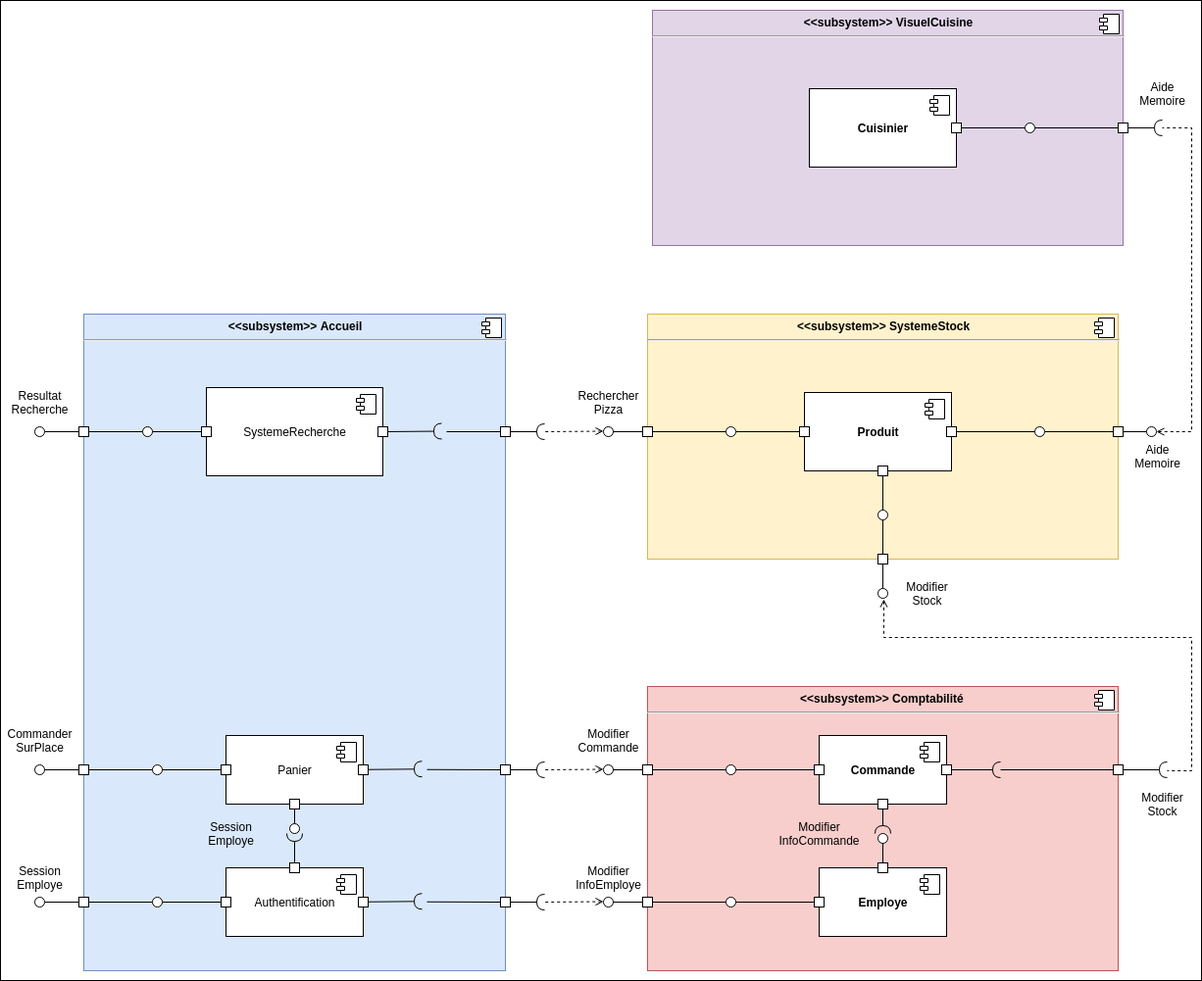
micktymoon/P6_pelletier_c-line keeps this draw.io diagram as Diag_component_commande_sur_place.png. Above is the earlier version. Source tidied: cells renumbered, new cells last; positions are measured from the earlier drawing's top-left corner, leaving out a move shared by most shapes.
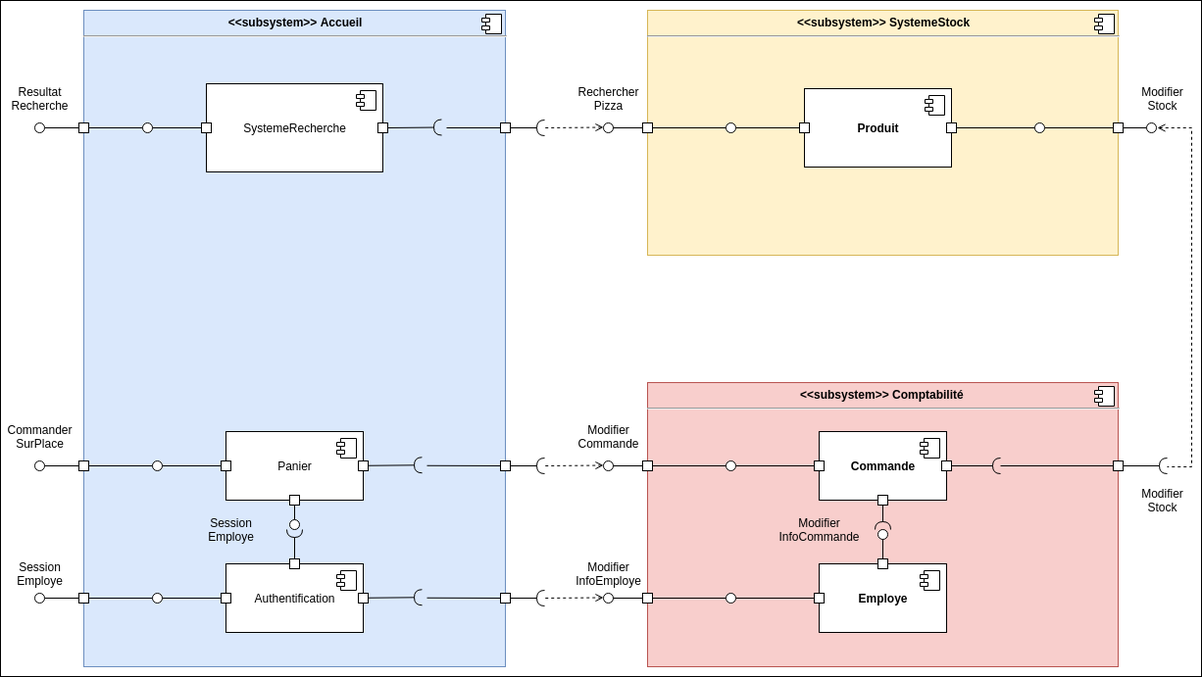
The same file after the commit.

Commit message:
add diag visu cuisine

Diff of the diagram source:
```diff
@@ -3,7 +3,7 @@
     <mxCell id="0" />
     <mxCell id="1" parent="0" />
     <mxCell id="2" style="rounded=0;whiteSpace=wrap;html=1;" parent="1" vertex="1">
-      <mxGeometry width="1225" height="1000" as="geometry" />
+      <mxGeometry y="310" width="1225" height="690" as="geometry" />
     </mxCell>
     <mxCell id="3" value="&lt;p style=&quot;margin: 0px ; margin-top: 6px ; text-align: center&quot;&gt;&lt;b&gt;&amp;lt;&amp;lt;subsystem&amp;gt;&amp;gt; SystemeStock&lt;/b&gt;&lt;/p&gt;&lt;hr&gt;&lt;p style=&quot;margin: 0px ; margin-left: 8px&quot;&gt;&lt;br&gt;&lt;/p&gt;" style="align=left;overflow=fill;html=1;fillColor=#fff2cc;strokeColor=#d6b656;" parent="1" vertex="1">
       <mxGeometry x="660" y="320" width="480" height="250" as="geometry" />
@@ -61,9 +61,6 @@
     <mxCell id="16" style="whiteSpace=wrap;html=1;" parent="1" vertex="1">
       <mxGeometry x="1135" y="780" width="10" height="10" as="geometry" />
     </mxCell>
-    <mxCell id="17" style="rounded=0;jettySize=auto;html=1;exitX=0.5;exitY=1;exitDx=0;exitDy=0;startArrow=none;startFill=0;endArrow=none;endFill=0;" parent="1" edge="1" source="58" target="29">
-      <mxGeometry relative="1" as="geometry" />
-    </mxCell>
     <mxCell id="18" style="whiteSpace=wrap;html=1;" parent="1" vertex="1">
       <mxGeometry x="815" y="435" width="10" height="10" as="geometry" />
     </mxCell>
@@ -72,13 +69,11 @@
         <mxPoint x="1190" y="785" as="targetPoint" />
       </mxGeometry>
     </mxCell>
-    <mxCell id="20" style="rounded=0;jettySize=auto;html=1;endArrow=none;endFill=0;startArrow=open;startFill=0;dashed=1;exitX=0.6;exitY=1.1;exitDx=0;exitDy=0;exitPerimeter=0;edgeStyle=orthogonalEdgeStyle;" parent="1" edge="1" source="29">
+    <mxCell id="20" style="rounded=0;jettySize=auto;html=1;endArrow=none;endFill=0;startArrow=open;startFill=0;dashed=1;edgeStyle=elbowEdgeStyle;exitX=1.1;exitY=0.5;exitDx=0;exitDy=0;exitPerimeter=0;" parent="1" edge="1" source="42">
       <mxGeometry relative="1" as="geometry">
         <mxPoint x="1190" y="786" as="targetPoint" />
         <Array as="points">
-          <mxPoint x="901" y="650" />
-          <mxPoint x="1215" y="650" />
-          <mxPoint x="1215" y="786" />
+          <mxPoint x="1215" y="570" />
         </Array>
       </mxGeometry>
     </mxCell>
@@ -104,59 +99,11 @@
       <mxGeometry x="785" y="835" width="100" height="30" as="geometry" />
     </mxCell>
     <mxCell id="28" value="Modifier&lt;br&gt;Stock" style="text;html=1;align=center;verticalAlign=middle;" parent="1" vertex="1">
-      <mxGeometry x="915" y="590" width="60" height="30" as="geometry" />
+      <mxGeometry x="1155" y="395" width="60" height="30" as="geometry" />
     </mxCell>
-    <mxCell id="29" style="ellipse;whiteSpace=wrap;html=1;fontFamily=Helvetica;fontSize=12;fontColor=#000000;align=center;strokeColor=#000000;fillColor=#ffffff;points=[];" parent="1" vertex="1">
-      <mxGeometry x="895" y="600" width="10" height="10" as="geometry" />
-    </mxCell>
-    <mxCell id="30" value="&lt;p style=&quot;margin: 6px 0px 0px ; text-align: center&quot;&gt;&lt;b&gt;&amp;lt;&amp;lt;subsystem&amp;gt;&amp;gt; VisuelCuisine&lt;/b&gt;&lt;/p&gt;&lt;hr&gt;&lt;p style=&quot;margin: 0px 0px 0px 8px&quot;&gt;&lt;br&gt;&lt;/p&gt;" style="align=left;overflow=fill;html=1;fillColor=#e1d5e7;strokeColor=#9673a6;" parent="1" vertex="1">
-      <mxGeometry x="665" y="10" width="480" height="240" as="geometry" />
-    </mxCell>
-    <mxCell id="31" style="shape=component;jettyWidth=8;jettyHeight=4;" parent="30" vertex="1">
-      <mxGeometry x="1" width="20" height="20" relative="1" as="geometry">
-        <mxPoint x="-24" y="4" as="offset" />
-      </mxGeometry>
-    </mxCell>
-    <mxCell id="32" value="&lt;b&gt;Cuisinier&lt;/b&gt;" style="html=1;" parent="1" vertex="1">
-      <mxGeometry x="825" y="90" width="150" height="80" as="geometry" />
-    </mxCell>
-    <mxCell id="33" style="shape=component;jettyWidth=8;jettyHeight=4;" parent="32" vertex="1">
-      <mxGeometry x="1" width="20" height="20" relative="1" as="geometry">
-        <mxPoint x="-27" y="7" as="offset" />
-      </mxGeometry>
-    </mxCell>
     <mxCell id="34" style="rounded=0;jettySize=auto;html=1;exitX=1;exitY=0.5;exitDx=0;exitDy=0;startArrow=none;startFill=0;endArrow=none;endFill=0;" parent="1" edge="1" source="44" target="42">
       <mxGeometry relative="1" as="geometry" />
     </mxCell>
-    <mxCell id="35" style="whiteSpace=wrap;html=1;" parent="1" vertex="1">
-      <mxGeometry x="970" y="125" width="10" height="10" as="geometry" />
-    </mxCell>
-    <mxCell id="36" style="rounded=0;jettySize=auto;html=1;endArrow=halfCircle;endFill=0;endSize=6;strokeWidth=1;exitX=0;exitY=0.5;exitDx=0;exitDy=0;" parent="1" edge="1" source="40">
-      <mxGeometry relative="1" as="geometry">
-        <mxPoint x="1185" y="130" as="targetPoint" />
-      </mxGeometry>
-    </mxCell>
-    <mxCell id="37" style="rounded=0;jettySize=auto;html=1;endArrow=none;endFill=0;startArrow=open;startFill=0;dashed=1;edgeStyle=orthogonalEdgeStyle;" parent="1" edge="1" source="42">
-      <mxGeometry relative="1" as="geometry">
-        <mxPoint x="1185" y="130" as="targetPoint" />
-        <Array as="points">
-          <mxPoint x="1215" y="440" />
-          <mxPoint x="1215" y="130" />
-        </Array>
-      </mxGeometry>
-    </mxCell>
-    <mxCell id="38" style="edgeStyle=none;rounded=0;jettySize=auto;html=1;startArrow=none;startFill=0;endArrow=none;endFill=0;exitX=1;exitY=0.5;exitDx=0;exitDy=0;" parent="1" edge="1" source="35" target="41">
-      <mxGeometry relative="1" as="geometry" />
-    </mxCell>
-    <mxCell id="39" style="edgeStyle=none;rounded=0;jettySize=auto;html=1;exitX=0;exitY=0.5;exitDx=0;exitDy=0;startArrow=none;startFill=0;endArrow=none;endFill=0;" parent="1" edge="1" source="40" target="41">
-      <mxGeometry relative="1" as="geometry" />
-    </mxCell>
-    <mxCell id="40" style="whiteSpace=wrap;html=1;" parent="1" vertex="1">
-      <mxGeometry x="1140" y="125" width="10" height="10" as="geometry" />
-    </mxCell>
-    <mxCell id="41" style="ellipse;whiteSpace=wrap;html=1;fontFamily=Helvetica;fontSize=12;fontColor=#000000;align=center;strokeColor=#000000;fillColor=#ffffff;points=[];direction=south;" parent="1" vertex="1">
-      <mxGeometry x="1045" y="125" width="10" height="10" as="geometry" />
-    </mxCell>
     <mxCell id="42" style="ellipse;whiteSpace=wrap;html=1;fontFamily=Helvetica;fontSize=12;fontColor=#000000;align=center;strokeColor=#000000;fillColor=#ffffff;points=[];" parent="1" vertex="1">
       <mxGeometry x="1169" y="435" width="10" height="10" as="geometry" />
     </mxCell>
@@ -177,9 +124,6 @@
     <mxCell id="47" style="ellipse;whiteSpace=wrap;html=1;fontFamily=Helvetica;fontSize=12;fontColor=#000000;align=center;strokeColor=#000000;fillColor=#ffffff;points=[];direction=south;" parent="1" vertex="1">
       <mxGeometry x="1055" y="435" width="10" height="10" as="geometry" />
     </mxCell>
-    <mxCell id="48" value="Aide&lt;br&gt;Memoire" style="text;html=1;align=center;verticalAlign=middle;" parent="1" vertex="1">
-      <mxGeometry x="1150" y="450" width="60" height="30" as="geometry" />
-    </mxCell>
     <mxCell id="49" value="&lt;p style=&quot;margin: 0px ; margin-top: 6px ; text-align: center&quot;&gt;&lt;b&gt;&amp;lt;&amp;lt;subsystem&amp;gt;&amp;gt; Accueil&lt;/b&gt;&lt;/p&gt;&lt;hr&gt;&lt;p style=&quot;margin: 0px ; margin-left: 8px&quot;&gt;&lt;br&gt;&lt;/p&gt;" style="align=left;overflow=fill;html=1;fillColor=#dae8fc;strokeColor=#6c8ebf;" parent="1" vertex="1">
       <mxGeometry x="85" y="320" width="430" height="670" as="geometry" />
     </mxCell>
@@ -199,21 +143,6 @@
     <mxCell id="53" style="rounded=0;jettySize=auto;html=1;endArrow=none;endFill=0;entryX=0.5;entryY=1;entryDx=0;entryDy=0;entryPerimeter=0;exitX=0.5;exitY=0;exitDx=0;exitDy=0;" parent="1" edge="1" source="62" target="12">
       <mxGeometry relative="1" as="geometry" />
     </mxCell>
-    <mxCell id="54" style="edgeStyle=orthogonalEdgeStyle;rounded=0;jettySize=auto;html=1;exitX=0.5;exitY=1;exitDx=0;exitDy=0;endArrow=none;endFill=0;" parent="1" edge="1" source="55" target="56">
-      <mxGeometry relative="1" as="geometry" />
-    </mxCell>
-    <mxCell id="55" style="whiteSpace=wrap;html=1;" parent="1" vertex="1">
-      <mxGeometry x="895" y="475" width="10" height="10" as="geometry" />
-    </mxCell>
-    <mxCell id="56" style="ellipse;whiteSpace=wrap;html=1;fontFamily=Helvetica;fontSize=12;fontColor=#000000;align=center;strokeColor=#000000;fillColor=#ffffff;points=[];direction=south;" parent="1" vertex="1">
-      <mxGeometry x="895" y="520" width="10" height="10" as="geometry" />
-    </mxCell>
-    <mxCell id="57" style="edgeStyle=orthogonalEdgeStyle;rounded=0;jettySize=auto;html=1;exitX=0.5;exitY=0;exitDx=0;exitDy=0;endArrow=none;endFill=0;" parent="1" edge="1" source="58" target="56">
-      <mxGeometry relative="1" as="geometry" />
-    </mxCell>
-    <mxCell id="58" style="whiteSpace=wrap;html=1;" parent="1" vertex="1">
-      <mxGeometry x="895" y="565" width="10" height="10" as="geometry" />
-    </mxCell>
     <mxCell id="59" value="Modifier&lt;br&gt;Stock" style="text;html=1;align=center;verticalAlign=middle;" parent="1" vertex="1">
       <mxGeometry x="1155" y="805" width="60" height="30" as="geometry" />
     </mxCell>
@@ -490,8 +419,5 @@
     <mxCell id="133" value="Rechercher&lt;br&gt;Pizza" style="text;html=1;align=center;verticalAlign=middle;" parent="1" vertex="1">
       <mxGeometry x="580" y="395" width="80" height="30" as="geometry" />
     </mxCell>
-    <mxCell id="134" value="Aide&lt;br&gt;Memoire" style="text;html=1;align=center;verticalAlign=middle;" parent="1" vertex="1">
-      <mxGeometry x="1155" y="80" width="60" height="30" as="geometry" />
-    </mxCell>
   </root>
 </mxGraphModel>
```
